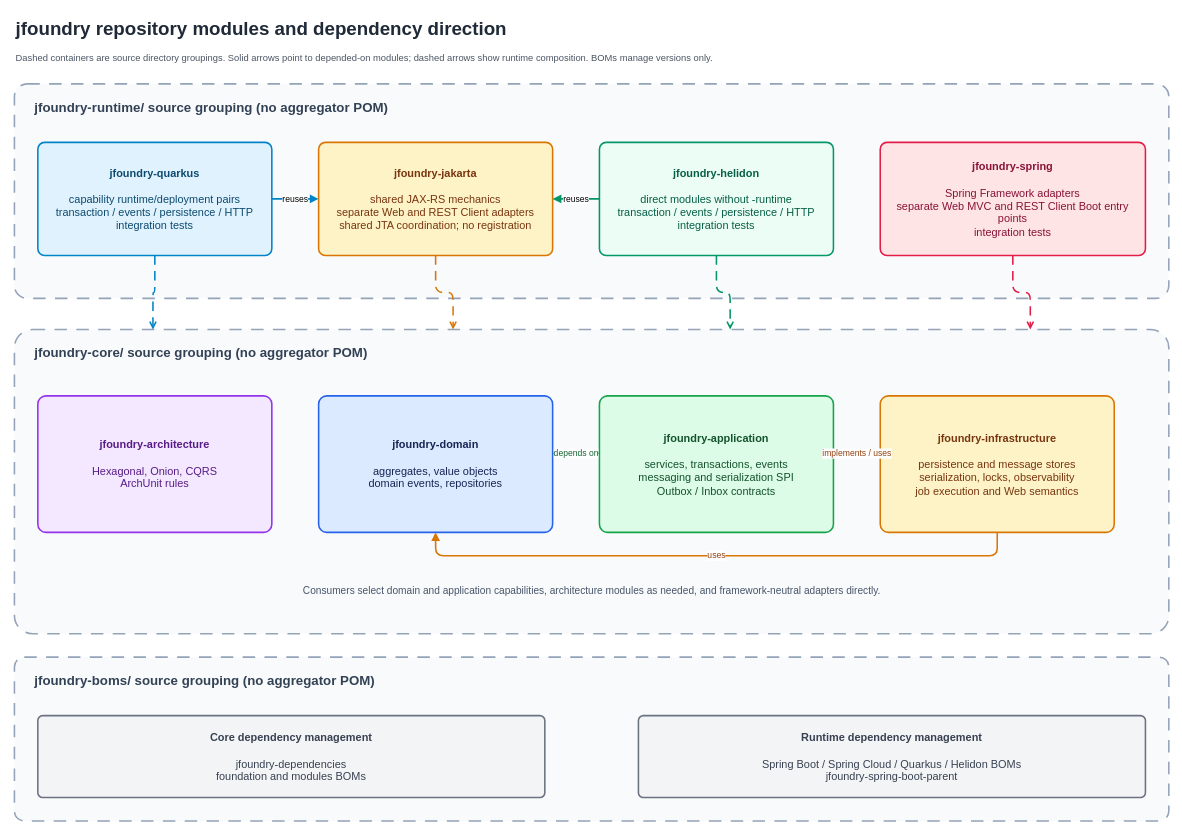
The draw.io diagram docs/i18n/assets/jfoundry-module-architecture.drawio in huahill/jfoundry, before the edit. Source tidied: cells renumbered, new cells numbered last; positions are measured from the earlier drawing's top-left corner, leaving out a move shared by most shapes. Both pictures are drawn from the tidied source at 78%, with x=0, y=0 at pixel (14, 13).
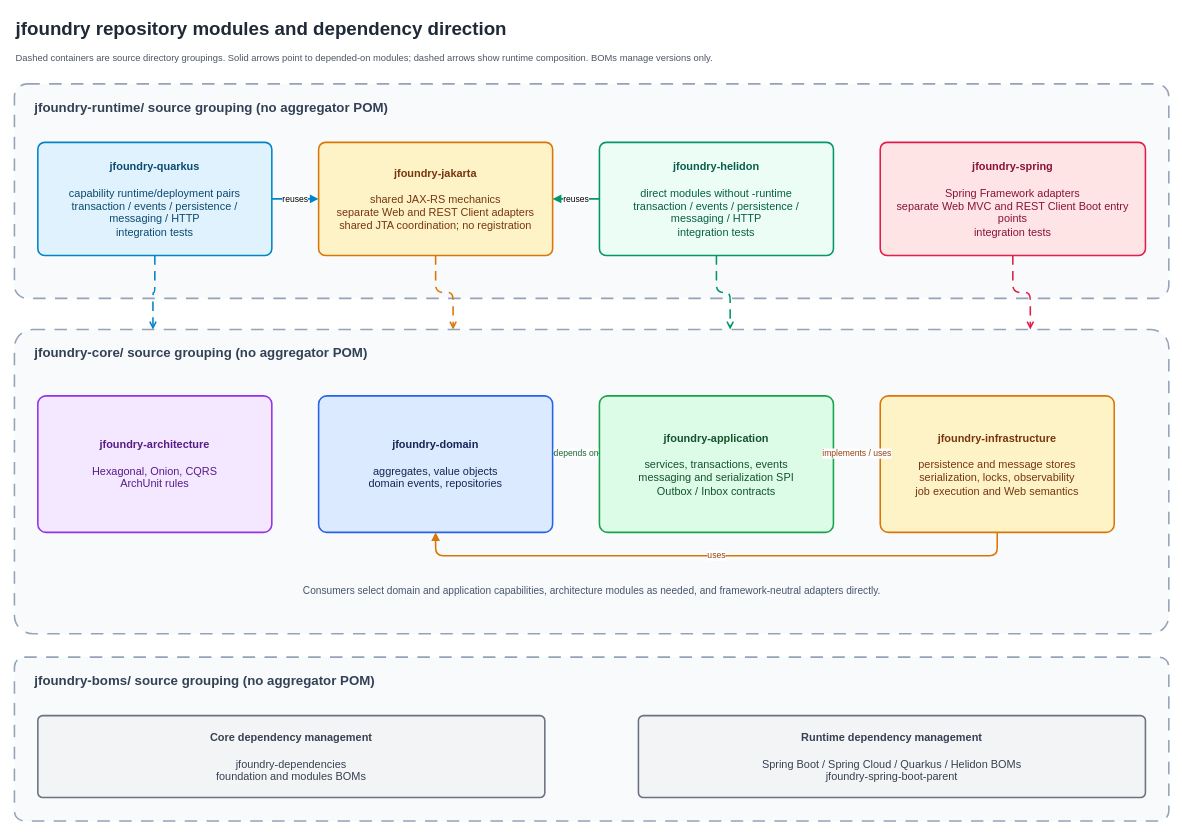
The same page after the edit.

What changed in the source:
```diff
@@
-    <mxCell id="5" value="&lt;b&gt;jfoundry-quarkus&lt;/b&gt;&lt;br&gt;&lt;br&gt;capability runtime/deployment pairs&lt;br&gt;transaction / events / persistence / HTTP&lt;br&gt;integration tests" style="rounded=1;arcSize=6;whiteSpace=wrap;html=1;fillColor=#E0F2FE;strokeColor=#0284C7;strokeWidth=2;fontColor=#0C4A6E;fontSize=14;align=center;verticalAlign=middle;spacing=10;" parent="1" vertex="1">
+    <mxCell id="5" value="&lt;b&gt;jfoundry-quarkus&lt;/b&gt;&lt;br&gt;&lt;br&gt;capability runtime/deployment pairs&lt;br&gt;transaction / events / persistence / messaging / HTTP&lt;br&gt;integration tests" style="rounded=1;arcSize=6;whiteSpace=wrap;html=1;fillColor=#E0F2FE;strokeColor=#0284C7;strokeWidth=2;fontColor=#0C4A6E;fontSize=14;align=center;verticalAlign=middle;spacing=10;" parent="1" vertex="1">
       <mxGeometry x="30" y="165" width="300" height="145" as="geometry" />
     </mxCell>
@@
-    <mxCell id="7" value="&lt;b&gt;jfoundry-helidon&lt;/b&gt;&lt;br&gt;&lt;br&gt;direct modules without -runtime&lt;br&gt;transaction / events / persistence / HTTP&lt;br&gt;integration tests" style="rounded=1;arcSize=6;whiteSpace=wrap;html=1;fillColor=#ECFDF5;strokeColor=#059669;strokeWidth=2;fontColor=#065F46;fontSize=14;align=center;verticalAlign=middle;spacing=10;" parent="1" vertex="1">
+    <mxCell id="7" value="&lt;b&gt;jfoundry-helidon&lt;/b&gt;&lt;br&gt;&lt;br&gt;direct modules without -runtime&lt;br&gt;transaction / events / persistence / messaging / HTTP&lt;br&gt;integration tests" style="rounded=1;arcSize=6;whiteSpace=wrap;html=1;fillColor=#ECFDF5;strokeColor=#059669;strokeWidth=2;fontColor=#065F46;fontSize=14;align=center;verticalAlign=middle;spacing=10;" parent="1" vertex="1">
       <mxGeometry x="750" y="165" width="300" height="145" as="geometry" />
     </mxCell>
```
